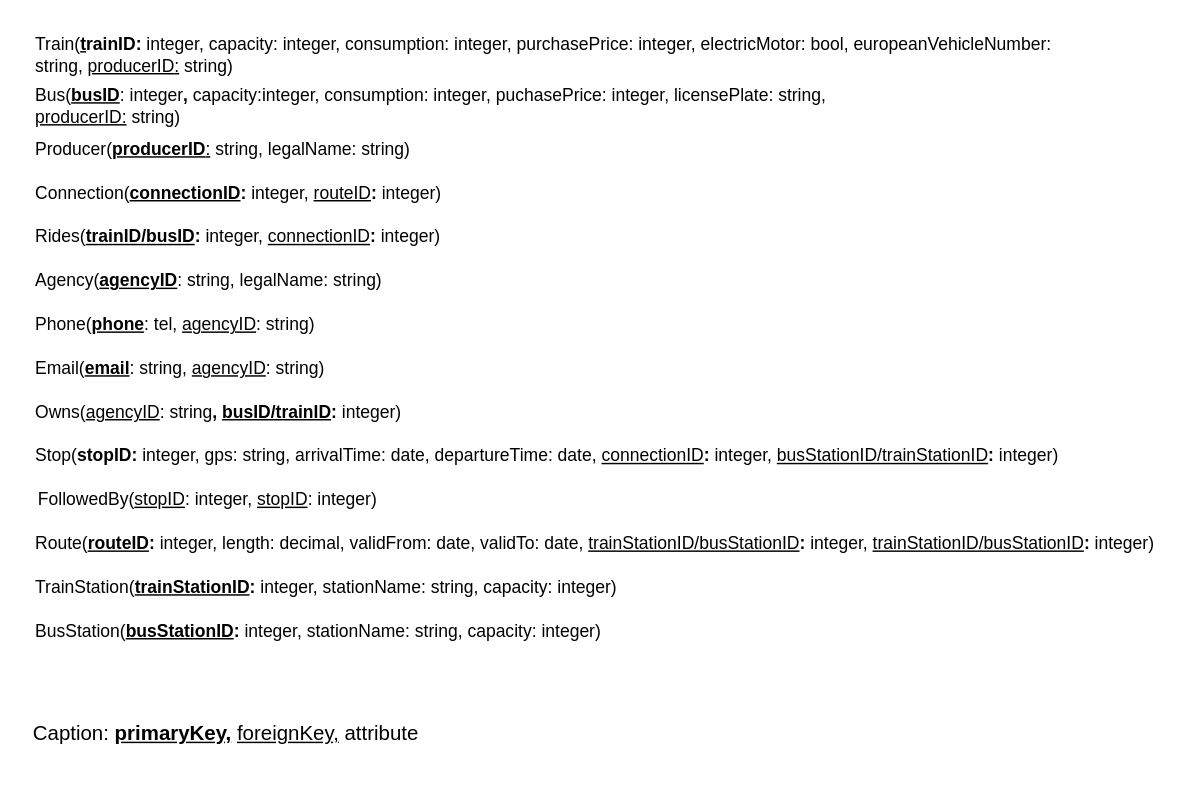
The draw.io diagram 4/model/relational.drawio in zhukovdm/T1G4, before the edit. Source tidied: cells renumbered, new cells numbered last; positions are measured from the earlier drawing's top-left corner, leaving out a move shared by most shapes. Both pictures are drawn from the tidied source at 146%, with x=0, y=0 at pixel (25, 25).
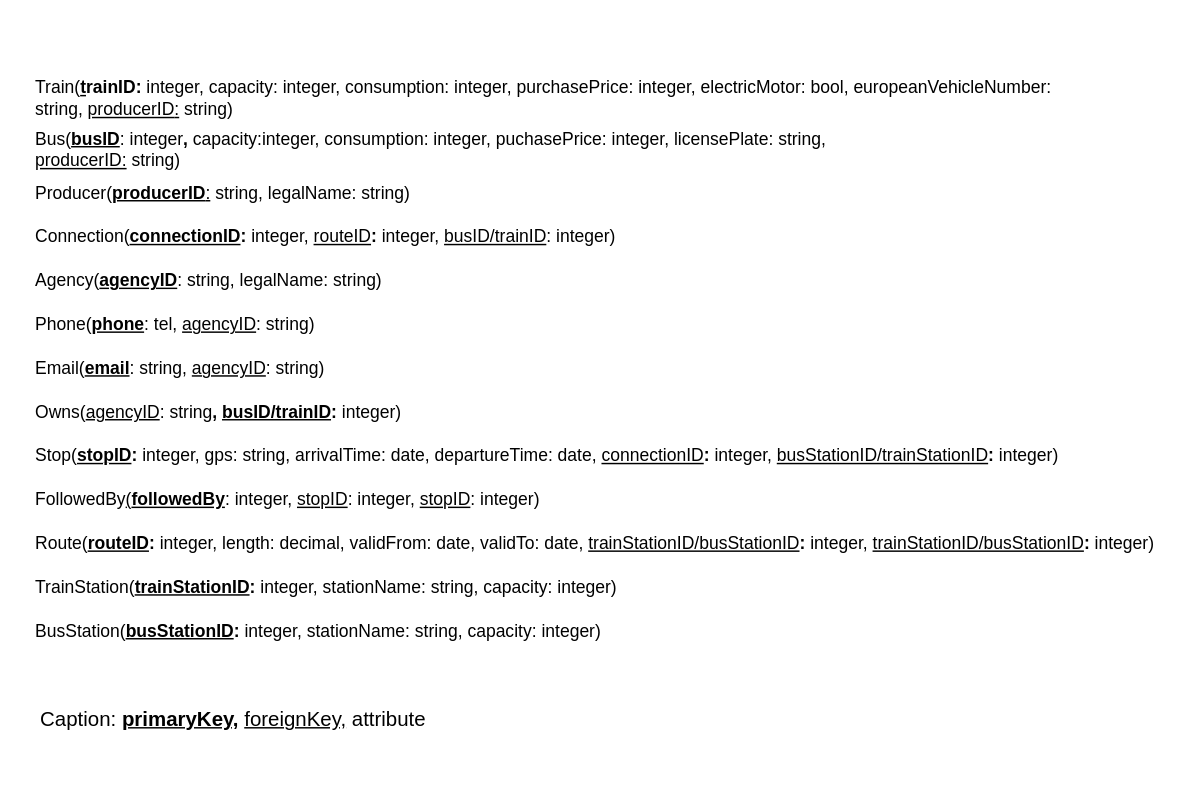
After the change.

Commit message (it also covers changes not shown here):
fixing Rides and FollowedBy tables

Change to the diagram source:
```diff
@@
 <mxGraphModel>
   <root>
     <mxCell id="0" />
     <mxCell id="1" parent="0" />
     <mxCell id="2" value="Train(&lt;b&gt;&lt;u&gt;t&lt;/u&gt;&lt;/b&gt;&lt;b&gt;rainID:&lt;/b&gt;&amp;nbsp;integer, capacity: integer, consumption: integer, purchasePrice: integer, electricMotor: bool, europeanVehicleNumber: string, &lt;u&gt;producerID&lt;/u&gt;&lt;u&gt;:&lt;/u&gt;&amp;nbsp;string)" style="text;html=1;strokeColor=none;fillColor=none;align=left;verticalAlign=middle;whiteSpace=wrap;rounded=0;" parent="1" vertex="1">
-      <mxGeometry x="5" width="700" height="40" as="geometry" />
+      <mxGeometry x="5" y="30" width="700" height="40" as="geometry" />
     </mxCell>
     <mxCell id="3" value="Bus(&lt;u style=&quot;font-weight: bold&quot;&gt;busID&lt;/u&gt;: integer&lt;u style=&quot;font-weight: bold&quot;&gt;,&lt;/u&gt; capacity:integer, consumption: integer, puchasePrice: integer, licensePlate: string, &lt;u&gt;producerID:&lt;/u&gt;&amp;nbsp;string)" style="text;html=1;strokeColor=none;fillColor=none;align=left;verticalAlign=middle;whiteSpace=wrap;rounded=0;" parent="1" vertex="1">
-      <mxGeometry x="5" y="40" width="550" height="30" as="geometry" />
+      <mxGeometry x="5" y="70" width="550" height="30" as="geometry" />
     </mxCell>
     <mxCell id="4" value="Producer(&lt;b&gt;&lt;u&gt;producerID&lt;/u&gt;&lt;/b&gt;&lt;u&gt;:&lt;/u&gt;&amp;nbsp;string, legalName: string)" style="text;html=1;strokeColor=none;fillColor=none;align=left;verticalAlign=middle;whiteSpace=wrap;rounded=0;" parent="1" vertex="1">
-      <mxGeometry x="5" y="70" width="260" height="30" as="geometry" />
+      <mxGeometry x="5" y="100" width="260" height="30" as="geometry" />
     </mxCell>
-    <mxCell id="5" value="Connection(&lt;b&gt;&lt;u&gt;connectionID&lt;/u&gt;&lt;/b&gt;&lt;b&gt;:&lt;/b&gt;&amp;nbsp;integer, &lt;u&gt;routeID&lt;/u&gt;&lt;b&gt;:&lt;/b&gt;&amp;nbsp;integer)" style="text;html=1;strokeColor=none;fillColor=none;align=left;verticalAlign=middle;whiteSpace=wrap;rounded=0;" parent="1" vertex="1">
-      <mxGeometry x="5" y="100" width="290" height="30" as="geometry" />
+    <mxCell id="5" value="Connection(&lt;b&gt;&lt;u&gt;connectionID&lt;/u&gt;&lt;/b&gt;&lt;b&gt;:&lt;/b&gt;&amp;nbsp;integer, &lt;u&gt;routeID&lt;/u&gt;&lt;b&gt;:&lt;/b&gt;&amp;nbsp;integer, &lt;u&gt;busID/trainID&lt;/u&gt;: integer)" style="text;html=1;strokeColor=none;fillColor=none;align=left;verticalAlign=middle;whiteSpace=wrap;rounded=0;" parent="1" vertex="1">
+      <mxGeometry x="5" y="130" width="440" height="30" as="geometry" />
     </mxCell>
-    <mxCell id="6" value="Rides(&lt;b&gt;&lt;u&gt;trainID/busID&lt;/u&gt;&lt;/b&gt;&lt;b&gt;:&lt;/b&gt;&amp;nbsp;integer,&amp;nbsp;&lt;u&gt;connectionID&lt;/u&gt;&lt;b&gt;:&lt;/b&gt;&amp;nbsp;integer)" style="text;html=1;strokeColor=none;fillColor=none;align=left;verticalAlign=middle;whiteSpace=wrap;rounded=0;" parent="1" vertex="1">
-      <mxGeometry x="5" y="130" width="280" height="30" as="geometry" />
-    </mxCell>
+    <mxCell id="18" style="edgeStyle=none;html=1;" parent="1" edge="1" target="5">
+      <mxGeometry relative="1" as="geometry">
+        <mxPoint x="185" y="160" as="sourcePoint" />
+      </mxGeometry>
+    </mxCell>
     <mxCell id="7" value="Agency(&lt;b&gt;&lt;u&gt;agencyID&lt;/u&gt;&lt;/b&gt;: string, legalName: string)" style="text;html=1;strokeColor=none;fillColor=none;align=left;verticalAlign=middle;whiteSpace=wrap;rounded=0;" parent="1" vertex="1">
       <mxGeometry x="5" y="160" width="240" height="30" as="geometry" />
     </mxCell>
     <mxCell id="8" value="Phone(&lt;b&gt;&lt;u&gt;phone&lt;/u&gt;&lt;/b&gt;: tel, &lt;u&gt;agencyID&lt;/u&gt;: string)" style="text;html=1;strokeColor=none;fillColor=none;align=left;verticalAlign=middle;whiteSpace=wrap;rounded=0;" parent="1" vertex="1">
       <mxGeometry x="5" y="190" width="200" height="30" as="geometry" />
     </mxCell>
     <mxCell id="9" value="Email(&lt;b&gt;&lt;u&gt;email&lt;/u&gt;&lt;/b&gt;: string, &lt;u&gt;agencyID&lt;/u&gt;: string)" style="text;html=1;strokeColor=none;fillColor=none;align=left;verticalAlign=middle;whiteSpace=wrap;rounded=0;" parent="1" vertex="1">
       <mxGeometry x="5" y="220" width="210" height="30" as="geometry" />
     </mxCell>
     <mxCell id="10" value="Owns(&lt;u&gt;agencyID&lt;/u&gt;: string&lt;b&gt;, &lt;u&gt;busID/trainID&lt;/u&gt;&lt;/b&gt;&lt;b&gt;:&lt;/b&gt;&amp;nbsp;integer)" style="text;html=1;strokeColor=none;fillColor=none;align=left;verticalAlign=middle;whiteSpace=wrap;rounded=0;" parent="1" vertex="1">
       <mxGeometry x="5" y="250" width="260" height="30" as="geometry" />
     </mxCell>
-    <mxCell id="11" value="Stop(&lt;b&gt;stopID&lt;/b&gt;&lt;b&gt;:&lt;/b&gt;&amp;nbsp;integer, gps: string, arrivalTime: date, departureTime: date, &lt;u&gt;connectionID&lt;/u&gt;&lt;b&gt;:&lt;/b&gt;&amp;nbsp;integer, &lt;u&gt;busStationID/trainStationID&lt;/u&gt;&lt;b&gt;:&lt;/b&gt;&amp;nbsp;integer)" style="text;html=1;strokeColor=none;fillColor=none;align=left;verticalAlign=middle;whiteSpace=wrap;rounded=0;" parent="1" vertex="1">
+    <mxCell id="11" value="Stop(&lt;b&gt;&lt;u&gt;stopID&lt;/u&gt;&lt;/b&gt;&lt;b&gt;:&lt;/b&gt;&amp;nbsp;integer, gps: string, arrivalTime: date, departureTime: date, &lt;u&gt;connectionID&lt;/u&gt;&lt;b&gt;:&lt;/b&gt;&amp;nbsp;integer, &lt;u&gt;busStationID/trainStationID&lt;/u&gt;&lt;b&gt;:&lt;/b&gt;&amp;nbsp;integer)" style="text;html=1;strokeColor=none;fillColor=none;align=left;verticalAlign=middle;whiteSpace=wrap;rounded=0;" parent="1" vertex="1">
       <mxGeometry x="5" y="280" width="710" height="30" as="geometry" />
     </mxCell>
     <mxCell id="12" value="Route(&lt;b&gt;&lt;u&gt;routeID&lt;/u&gt;&lt;/b&gt;&lt;b&gt;:&lt;/b&gt;&amp;nbsp;integer,&amp;nbsp;length: decimal, validFrom: date, validTo: date, &lt;u&gt;trainStationID/busStationID&lt;/u&gt;&lt;b&gt;:&lt;/b&gt;&amp;nbsp;integer, &lt;u&gt;trainStationID/busStationID&lt;/u&gt;&lt;b&gt;:&lt;/b&gt;&amp;nbsp;integer)" style="text;html=1;strokeColor=none;fillColor=none;align=left;verticalAlign=middle;whiteSpace=wrap;rounded=0;" parent="1" vertex="1">
       <mxGeometry x="5" y="340" width="770" height="30" as="geometry" />
     </mxCell>
     <mxCell id="13" style="edgeStyle=none;html=1;" parent="1" edge="1" source="14" target="12">
       <mxGeometry relative="1" as="geometry" />
     </mxCell>
     <mxCell id="14" value="TrainStation(&lt;b&gt;&lt;u&gt;trainStationID&lt;/u&gt;&lt;/b&gt;&lt;b&gt;:&lt;/b&gt;&amp;nbsp;integer, stationName: string, capacity: integer)&amp;nbsp;&amp;nbsp;" style="text;html=1;strokeColor=none;fillColor=none;align=left;verticalAlign=middle;whiteSpace=wrap;rounded=0;" parent="1" vertex="1">
       <mxGeometry x="5" y="370" width="410" height="30" as="geometry" />
     </mxCell>
     <mxCell id="15" value="BusStation(&lt;b&gt;&lt;u&gt;busStationID&lt;/u&gt;&lt;/b&gt;&lt;b&gt;:&lt;/b&gt;&amp;nbsp;integer, stationName: string, capacity: integer)" style="text;html=1;strokeColor=none;fillColor=none;align=left;verticalAlign=middle;whiteSpace=wrap;rounded=0;" parent="1" vertex="1">
       <mxGeometry x="5" y="400" width="390" height="30" as="geometry" />
     </mxCell>
     <mxCell id="16" value="&lt;font style=&quot;font-size: 14px&quot;&gt;Caption: &lt;b&gt;&lt;u&gt;primaryKey,&lt;/u&gt;&amp;nbsp;&lt;/b&gt;&lt;u&gt;foreignKey,&lt;/u&gt;&amp;nbsp;attribute&lt;/font&gt;" style="text;html=1;strokeColor=none;fillColor=none;align=center;verticalAlign=middle;whiteSpace=wrap;rounded=0;" parent="1" vertex="1">
-      <mxGeometry y="460" width="275" height="50" as="geometry" />
+      <mxGeometry x="5" y="450" width="275" height="50" as="geometry" />
     </mxCell>
-    <mxCell id="17" value="&lt;div style=&quot;text-align: left&quot;&gt;&lt;span&gt;FollowedBy(&lt;/span&gt;&lt;u&gt;stopID&lt;/u&gt;&lt;span&gt;: integer, &lt;/span&gt;&lt;u&gt;stopID&lt;/u&gt;&lt;span&gt;: integer)&lt;/span&gt;&lt;/div&gt;" style="text;html=1;strokeColor=none;fillColor=none;align=center;verticalAlign=middle;whiteSpace=wrap;rounded=0;" parent="1" vertex="1">
-      <mxGeometry x="5" y="310" width="240" height="30" as="geometry" />
+    <mxCell id="17" value="&lt;div&gt;FollowedBy&lt;u&gt;(&lt;/u&gt;&lt;b&gt;&lt;u&gt;followedBy&lt;/u&gt;&lt;/b&gt;&lt;span&gt;: integer&lt;/span&gt;,&amp;nbsp;&lt;u&gt;stopID&lt;/u&gt;: integer, &lt;u&gt;stopID&lt;/u&gt;: integer)&lt;/div&gt;" style="text;html=1;strokeColor=none;fillColor=none;align=left;verticalAlign=middle;whiteSpace=wrap;rounded=0;" parent="1" vertex="1">
+      <mxGeometry x="5" y="310" width="400" height="30" as="geometry" />
     </mxCell>
   </root>
 </mxGraphModel>
```
